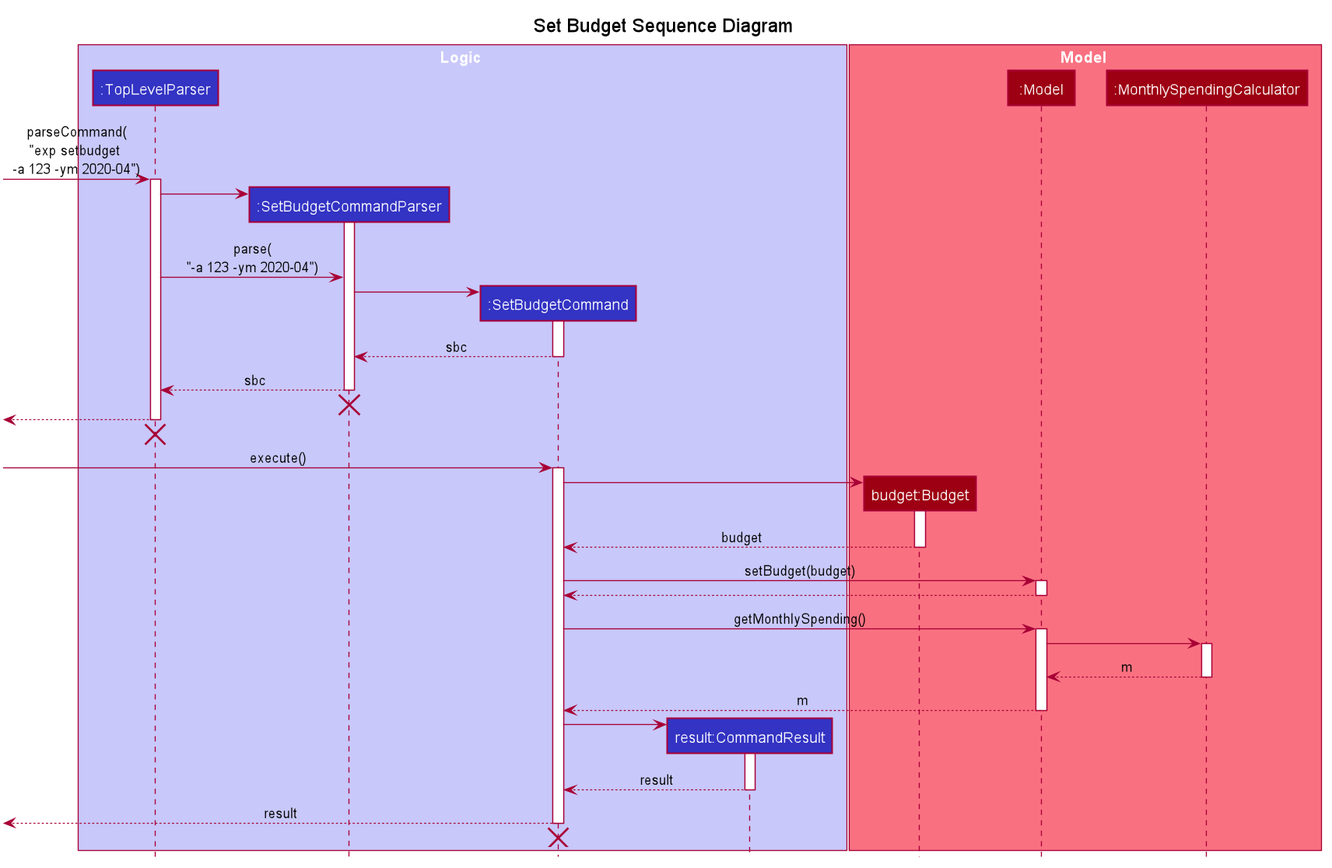
Before: images/SetBudgetSequenceDiagram.png, a diagram exported from PlantUML (AY1920S2-CS2103T-T10-3/main).
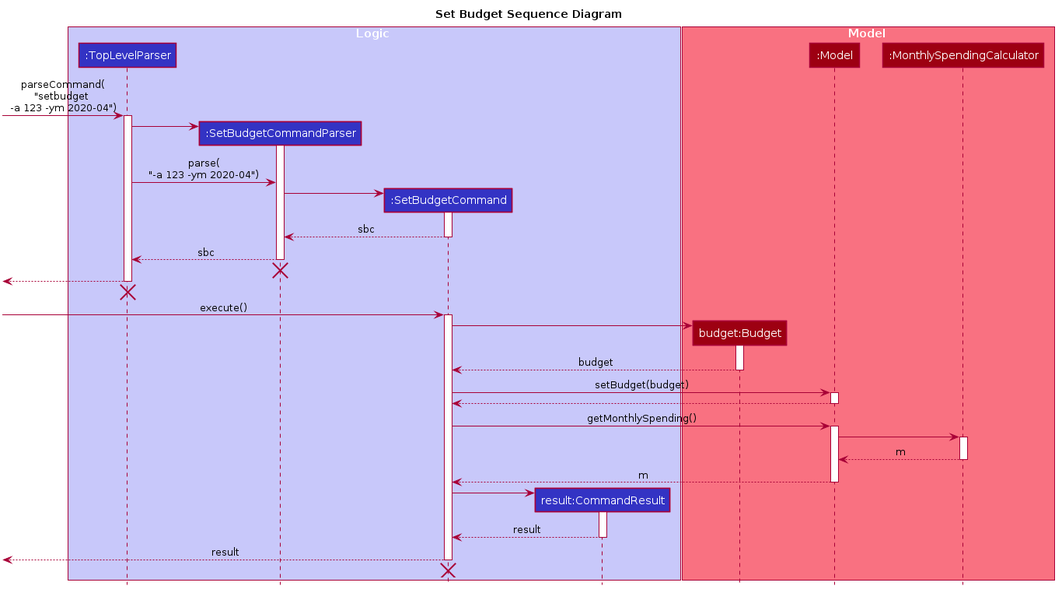
The same file after the commit.

Change to the diagram source:
```diff
@@ -64,7 +64,7 @@
 box Pie #83E769
 end box
 
-[-> TopLevelParser : parseCommand(\n"exp setbudget \n-a 123 -ym 2020-04")
+[-> TopLevelParser : parseCommand(\n"setbudget \n-a 123 -ym 2020-04")
 activate TopLevelParser
 
 create SetBudgetCommandParser
```
